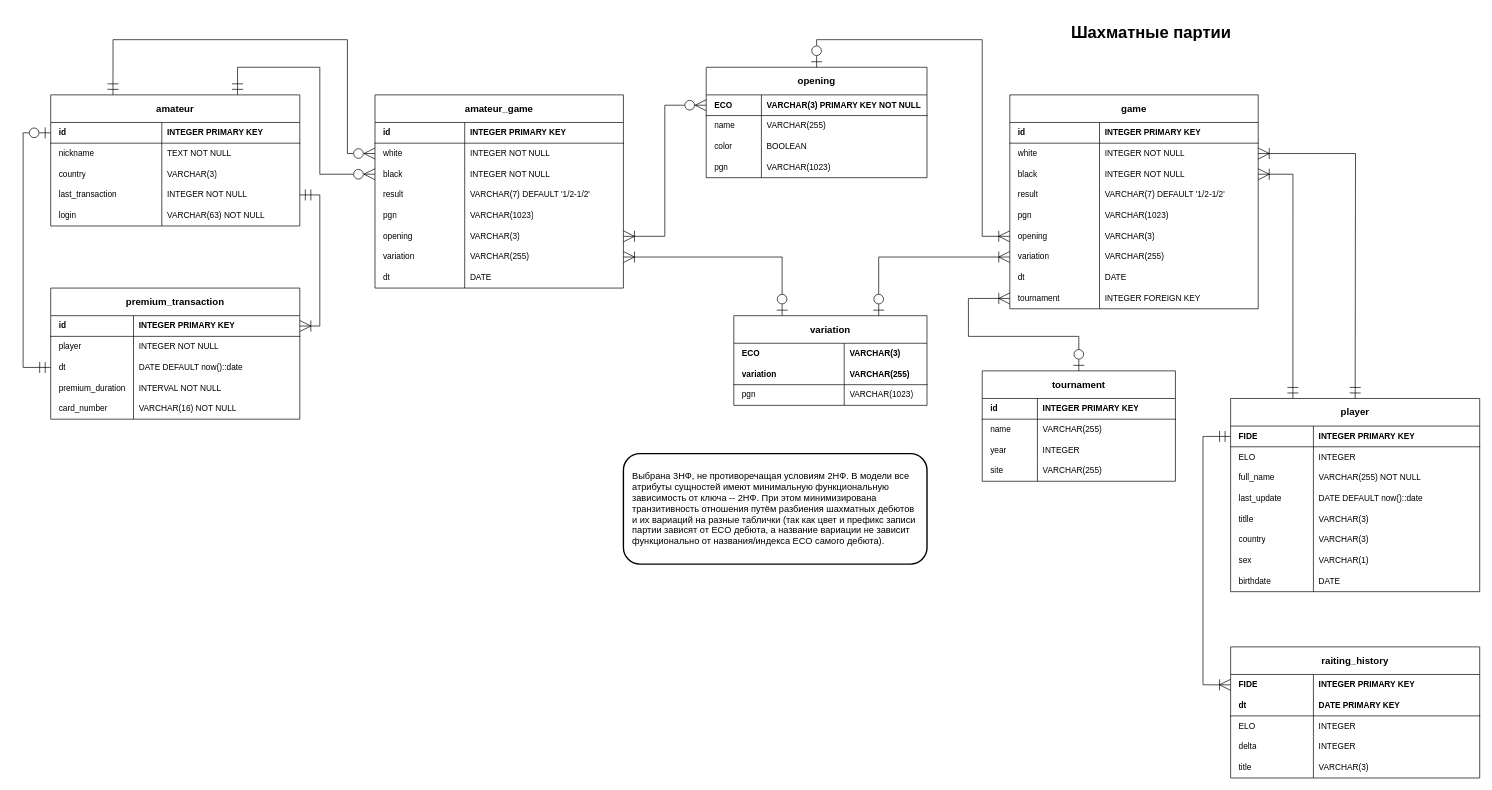
Pr0f1D0c/DB2023Project keeps this draw.io diagram as page "3НФ" (2 of 3) of docs/DB2023.drawio. Above is the earlier version. Source tidied: cells renumbered, new cells numbered last; positions are measured from the earlier drawing's top-left corner, leaving out a move shared by most shapes. Both pictures are drawn from the tidied source at 69%, with x=0, y=0 at pixel (23, 19).
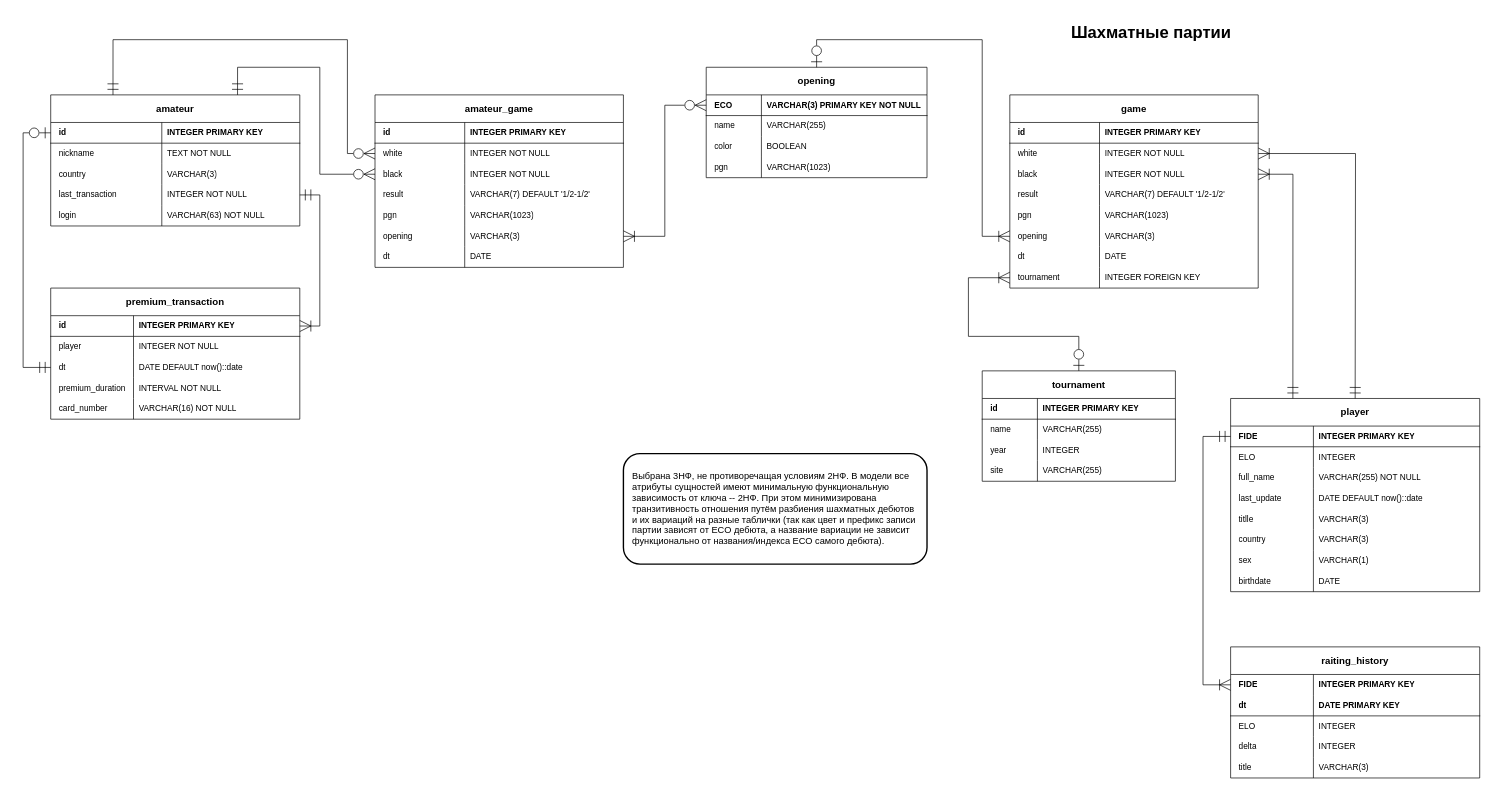
The same diagram, later.

Commit message (it also covers changes not shown here):
variation idea deprecated

The change refers to these unchanged cells:
```xml
<mxCell id="69" value="tournament" style="shape=table;startSize=40;childLayout=tableLayout;rowLines=0;fontStyle=1;align=center;html=1;whiteSpace=wrap;columnLines=1;swimlaneHead=1;swimlaneBody=1;horizontal=1;resizeLastRow=0;right=1;left=1;bottom=1;top=1;fixDash=0;fontSize=14;" parent="1" vertex="1">
  <mxGeometry x="1390" y="510" width="280" height="160" as="geometry" />
</mxCell>
```

Change to the diagram source:
```diff
@@
     <mxCell id="3" value="game" style="shape=table;startSize=40;childLayout=tableLayout;rowLines=0;fontStyle=1;align=center;html=1;whiteSpace=wrap;columnLines=1;swimlaneHead=1;swimlaneBody=1;horizontal=1;resizeLastRow=0;right=1;left=1;bottom=1;top=1;fixDash=0;fontSize=14;" parent="1" vertex="1">
-      <mxGeometry x="1430" y="110" width="360" height="310" as="geometry" />
+      <mxGeometry x="1430" y="110" width="360" height="280" as="geometry" />
     </mxCell>
@@
-    <mxCell id="22" style="shape=tableRow;horizontal=0;startSize=0;swimlaneHead=0;swimlaneBody=0;fillColor=none;points=[[0,0.5],[1,0.5]];portConstraint=eastwest;top=0;left=0;right=0;bottom=0;" parent="3" vertex="1">
-      <mxGeometry y="220" width="360" height="30" as="geometry" />
-    </mxCell>
-    <mxCell id="23" value="variation" style="shape=partialRectangle;fillColor=none;top=0;left=0;bottom=0;right=0;fontStyle=0;overflow=hidden;whiteSpace=wrap;html=1;align=left;spacingLeft=10;" parent="22" vertex="1">
-      <mxGeometry width="130" height="30" as="geometry" />
-    </mxCell>
-    <mxCell id="24" value="VARCHAR(255)" style="shape=partialRectangle;fillColor=none;top=0;left=0;bottom=0;right=0;align=left;spacingLeft=6;fontStyle=0;overflow=hidden;whiteSpace=wrap;html=1;" parent="22" vertex="1">
-      <mxGeometry x="130" width="230" height="30" as="geometry" />
-    </mxCell>
     <mxCell id="25" style="shape=tableRow;horizontal=0;startSize=0;swimlaneHead=0;swimlaneBody=0;fillColor=none;top=0;left=0;right=0;bottom=0;" parent="3" vertex="1">
-      <mxGeometry y="250" width="360" height="30" as="geometry" />
+      <mxGeometry y="220" width="360" height="30" as="geometry" />
     </mxCell>
@@
     <mxCell id="28" style="shape=tableRow;horizontal=0;startSize=0;swimlaneHead=0;swimlaneBody=0;fillColor=none;points=[[0,0.5],[1,0.5]];portConstraint=eastwest;top=0;left=0;right=0;bottom=0;" parent="3" vertex="1">
-      <mxGeometry y="280" width="360" height="30" as="geometry" />
+      <mxGeometry y="250" width="360" height="30" as="geometry" />
     </mxCell>
@@
     <mxCell id="84" style="edgeStyle=orthogonalEdgeStyle;rounded=0;jettySize=auto;html=1;entryX=0.5;entryY=0;entryDx=0;entryDy=0;endSize=14;startSize=14;endArrow=ERzeroToOne;endFill=0;startArrow=ERoneToMany;startFill=0;jumpStyle=arc;jumpSize=12;exitX=0;exitY=0.5;exitDx=0;exitDy=0;" parent="1" edge="1" source="28" target="69">
       <mxGeometry relative="1" as="geometry">
         <Array as="points">
-          <mxPoint x="1370" y="405" />
+          <mxPoint x="1370" y="375" />
           <mxPoint x="1370" y="460" />
           <mxPoint x="1530" y="460" />
         </Array>
       </mxGeometry>
     </mxCell>
@@
-    <mxCell id="103" value="variation" style="shape=table;startSize=40;childLayout=tableLayout;rowLines=0;fontStyle=1;align=center;html=1;whiteSpace=wrap;columnLines=1;swimlaneHead=1;swimlaneBody=1;horizontal=1;resizeLastRow=0;right=1;left=1;bottom=1;top=1;fixDash=0;fontSize=14;" parent="1" vertex="1">
-      <mxGeometry x="1030" y="430" width="280" height="130" as="geometry" />
-    </mxCell>
-    <mxCell id="104" style="shape=tableRow;horizontal=0;startSize=0;swimlaneHead=0;swimlaneBody=0;fillColor=none;top=0;left=0;right=0;bottom=0;html=1;swimlaneLine=1;fontStyle=1;" parent="103" vertex="1">
-      <mxGeometry y="40" width="280" height="30" as="geometry" />
-    </mxCell>
-    <mxCell id="105" value="ECO" style="shape=partialRectangle;fillColor=none;top=0;left=0;bottom=0;right=0;overflow=hidden;html=1;whiteSpace=wrap;strokeColor=default;align=left;spacingLeft=10;fontStyle=1;" parent="104" vertex="1">
-      <mxGeometry width="160" height="30" as="geometry" />
-    </mxCell>
-    <mxCell id="106" value="VARCHAR(3)" style="shape=partialRectangle;fillColor=none;top=0;left=0;bottom=0;right=0;align=left;spacingLeft=6;overflow=hidden;html=1;whiteSpace=wrap;fontStyle=1;" parent="104" vertex="1">
-      <mxGeometry x="160" width="120" height="30" as="geometry" />
-    </mxCell>
-    <mxCell id="107" style="shape=tableRow;horizontal=0;startSize=0;swimlaneHead=0;swimlaneBody=0;fillColor=none;top=0;left=0;right=0;bottom=1;html=1;swimlaneLine=1;fontStyle=1;" parent="103" vertex="1">
-      <mxGeometry y="70" width="280" height="30" as="geometry" />
-    </mxCell>
-    <mxCell id="108" value="variation" style="shape=partialRectangle;fillColor=none;top=0;left=0;bottom=0;right=0;overflow=hidden;html=1;whiteSpace=wrap;strokeColor=default;align=left;spacingLeft=10;fontStyle=1;" parent="107" vertex="1">
-      <mxGeometry width="160" height="30" as="geometry" />
-    </mxCell>
-    <mxCell id="109" value="VARCHAR(255)" style="shape=partialRectangle;fillColor=none;top=0;left=0;bottom=0;right=0;align=left;spacingLeft=6;overflow=hidden;html=1;whiteSpace=wrap;fontStyle=1;" parent="107" vertex="1">
-      <mxGeometry x="160" width="120" height="30" as="geometry" />
-    </mxCell>
-    <mxCell id="110" style="shape=tableRow;horizontal=0;startSize=0;swimlaneHead=0;swimlaneBody=0;fillColor=none;top=0;left=0;right=0;bottom=0;html=1;" parent="103" vertex="1">
-      <mxGeometry y="100" width="280" height="30" as="geometry" />
-    </mxCell>
-    <mxCell id="111" value="pgn" style="shape=partialRectangle;fillColor=none;top=0;left=0;bottom=0;right=0;overflow=hidden;html=1;whiteSpace=wrap;fontStyle=0;align=left;spacingLeft=10;" parent="110" vertex="1">
-      <mxGeometry width="160" height="30" as="geometry" />
-    </mxCell>
-    <mxCell id="112" value="VARCHAR(1023)" style="shape=partialRectangle;fillColor=none;top=0;left=0;bottom=0;right=0;align=left;spacingLeft=6;overflow=hidden;html=1;whiteSpace=wrap;" parent="110" vertex="1">
-      <mxGeometry x="160" width="120" height="30" as="geometry" />
-    </mxCell>
-    <mxCell id="113" style="edgeStyle=orthogonalEdgeStyle;rounded=0;jettySize=auto;html=1;exitX=0;exitY=0.5;exitDx=0;exitDy=0;entryX=0.75;entryY=0;entryDx=0;entryDy=0;endArrow=ERzeroToOne;endFill=0;startArrow=ERoneToMany;startFill=0;endSize=14;startSize=14;" parent="1" edge="1" source="22" target="103">
-      <mxGeometry relative="1" as="geometry" />
-    </mxCell>
@@
     <mxCell id="115" value="amateur_game" style="shape=table;startSize=40;childLayout=tableLayout;rowLines=0;fontStyle=1;align=center;html=1;whiteSpace=wrap;columnLines=1;swimlaneHead=1;swimlaneBody=1;horizontal=1;resizeLastRow=0;right=1;left=1;bottom=1;top=1;fixDash=0;fontSize=14;" parent="1" vertex="1">
-      <mxGeometry x="510" y="110" width="360" height="280" as="geometry" />
+      <mxGeometry x="510" y="110" width="360" height="250" as="geometry" />
     </mxCell>
@@
-    <mxCell id="134" style="shape=tableRow;horizontal=0;startSize=0;swimlaneHead=0;swimlaneBody=0;fillColor=none;points=[[0,0.5],[1,0.5]];portConstraint=eastwest;top=0;left=0;right=0;bottom=0;" parent="115" vertex="1">
-      <mxGeometry y="220" width="360" height="30" as="geometry" />
-    </mxCell>
-    <mxCell id="135" value="variation" style="shape=partialRectangle;fillColor=none;top=0;left=0;bottom=0;right=0;fontStyle=0;overflow=hidden;whiteSpace=wrap;html=1;align=left;spacingLeft=10;" parent="134" vertex="1">
-      <mxGeometry width="130" height="30" as="geometry" />
-    </mxCell>
-    <mxCell id="136" value="VARCHAR(255)" style="shape=partialRectangle;fillColor=none;top=0;left=0;bottom=0;right=0;align=left;spacingLeft=6;fontStyle=0;overflow=hidden;whiteSpace=wrap;html=1;" parent="134" vertex="1">
-      <mxGeometry x="130" width="230" height="30" as="geometry" />
-    </mxCell>
     <mxCell id="137" style="shape=tableRow;horizontal=0;startSize=0;swimlaneHead=0;swimlaneBody=0;fillColor=none;top=0;left=0;right=0;bottom=0;" parent="115" vertex="1">
-      <mxGeometry y="250" width="360" height="30" as="geometry" />
+      <mxGeometry y="220" width="360" height="30" as="geometry" />
     </mxCell>
@@
-    <mxCell id="141" style="edgeStyle=orthogonalEdgeStyle;rounded=0;jettySize=auto;html=1;exitX=1;exitY=0.5;exitDx=0;exitDy=0;entryX=0.25;entryY=0;entryDx=0;entryDy=0;endArrow=ERzeroToOne;endFill=0;endSize=14;startSize=14;startArrow=ERoneToMany;startFill=0;" parent="1" edge="1" source="134" target="103">
-      <mxGeometry relative="1" as="geometry" />
-    </mxCell>
```
